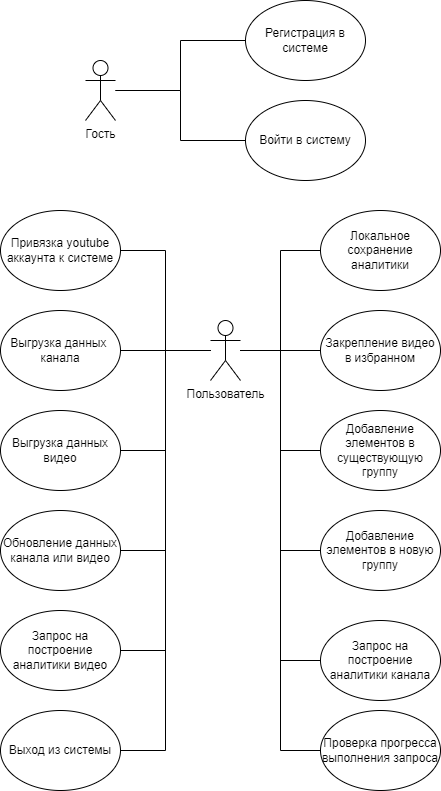
The draw.io diagram docs/images/UseCase.png in Hembos/YoutubeAnalytics, before a commit. Source tidied: cells renumbered, new cells last; positions are measured from the earlier drawing's top-left corner, leaving out a move shared by most shapes.
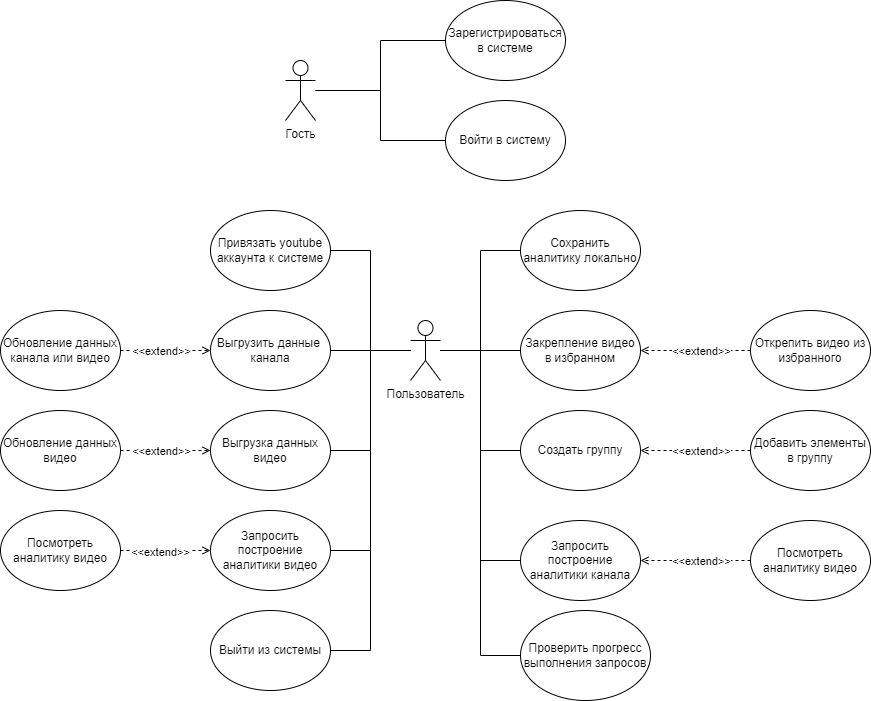
After the change.

What changed in the source:
```diff
@@ -9,7 +9,7 @@
       <mxGeometry relative="1" as="geometry" />
     </mxCell>
     <mxCell id="4" value="Гость&lt;br&gt;" style="shape=umlActor;verticalLabelPosition=bottom;verticalAlign=top;html=1;outlineConnect=0;" parent="1" vertex="1">
-      <mxGeometry x="85" y="60" width="30" height="60" as="geometry" />
+      <mxGeometry x="-645" y="30" width="30" height="60" as="geometry" />
     </mxCell>
     <mxCell id="5" style="edgeStyle=orthogonalEdgeStyle;rounded=0;jettySize=auto;html=1;entryX=1;entryY=0.5;entryDx=0;entryDy=0;endArrow=none;endFill=0;" parent="1" edge="1" source="17" target="25">
       <mxGeometry relative="1" as="geometry" />
@@ -17,9 +17,6 @@
     <mxCell id="6" style="edgeStyle=orthogonalEdgeStyle;rounded=0;jettySize=auto;html=1;endArrow=none;endFill=0;" parent="1" edge="1" source="17" target="26">
       <mxGeometry relative="1" as="geometry" />
     </mxCell>
-    <mxCell id="7" style="edgeStyle=orthogonalEdgeStyle;rounded=0;jettySize=auto;html=1;entryX=1;entryY=0.5;entryDx=0;entryDy=0;endArrow=none;endFill=0;" parent="1" edge="1" source="17" target="19">
-      <mxGeometry relative="1" as="geometry" />
-    </mxCell>
     <mxCell id="8" style="edgeStyle=orthogonalEdgeStyle;rounded=0;jettySize=auto;html=1;entryX=1;entryY=0.5;entryDx=0;entryDy=0;endArrow=none;endFill=0;" parent="1" edge="1" source="17" target="21">
       <mxGeometry relative="1" as="geometry" />
     </mxCell>
@@ -29,9 +26,6 @@
     <mxCell id="10" style="edgeStyle=orthogonalEdgeStyle;rounded=0;jettySize=auto;html=1;entryX=0;entryY=0.5;entryDx=0;entryDy=0;endArrow=none;endFill=0;" parent="1" edge="1" source="17" target="23">
       <mxGeometry relative="1" as="geometry" />
     </mxCell>
-    <mxCell id="11" style="edgeStyle=orthogonalEdgeStyle;rounded=0;jettySize=auto;html=1;entryX=0;entryY=0.5;entryDx=0;entryDy=0;endArrow=none;endFill=0;" parent="1" edge="1" source="17" target="22">
-      <mxGeometry relative="1" as="geometry" />
-    </mxCell>
     <mxCell id="12" style="edgeStyle=orthogonalEdgeStyle;rounded=0;jettySize=auto;html=1;entryX=0;entryY=0.5;entryDx=0;entryDy=0;endArrow=none;endFill=0;" parent="1" edge="1" source="17" target="27">
       <mxGeometry relative="1" as="geometry" />
     </mxCell>
@@ -48,49 +42,107 @@
       <mxGeometry relative="1" as="geometry" />
     </mxCell>
     <mxCell id="17" value="Пользователь" style="shape=umlActor;verticalLabelPosition=bottom;verticalAlign=top;html=1;outlineConnect=0;" parent="1" vertex="1">
-      <mxGeometry x="210" y="320" width="30" height="60" as="geometry" />
+      <mxGeometry x="-520" y="290" width="30" height="60" as="geometry" />
     </mxCell>
-    <mxCell id="18" value="Регистрация в системе" style="ellipse;whiteSpace=wrap;html=1;" parent="1" vertex="1">
-      <mxGeometry x="245" width="120" height="80" as="geometry" />
+    <mxCell id="18" value="Зарегистрироваться в системе" style="ellipse;whiteSpace=wrap;html=1;" parent="1" vertex="1">
+      <mxGeometry x="-485" y="-30" width="120" height="80" as="geometry" />
     </mxCell>
+    <mxCell id="32" style="edgeStyle=orthogonalEdgeStyle;rounded=0;jettySize=auto;html=1;dashed=1;endArrow=open;endFill=0;" parent="1" edge="1" source="19" target="29">
+      <mxGeometry relative="1" as="geometry" />
+    </mxCell>
+    <mxCell id="33" value="&amp;lt;&amp;lt;extend&amp;gt;&amp;gt;" style="edgeLabel;html=1;align=center;verticalAlign=middle;" parent="32" vertex="1">
+      <mxGeometry x="-0.26" y="3" relative="1" as="geometry">
+        <mxPoint x="7" y="3" as="offset" />
+      </mxGeometry>
+    </mxCell>
-    <mxCell id="19" value="Обновление данных канала или видео" style="ellipse;whiteSpace=wrap;html=1;" parent="1" vertex="1">
-      <mxGeometry y="510" width="120" height="80" as="geometry" />
+    <mxCell id="19" value="Обновление данных видео" style="ellipse;whiteSpace=wrap;html=1;" parent="1" vertex="1">
+      <mxGeometry x="-930" y="380" width="120" height="80" as="geometry" />
     </mxCell>
-    <mxCell id="20" value="Локальное сохранение аналитики" style="ellipse;whiteSpace=wrap;html=1;" parent="1" vertex="1">
-      <mxGeometry x="320" y="210" width="120" height="80" as="geometry" />
+    <mxCell id="20" value="Сохранить аналитику локально" style="ellipse;whiteSpace=wrap;html=1;" parent="1" vertex="1">
+      <mxGeometry x="-410" y="180" width="120" height="80" as="geometry" />
     </mxCell>
-    <mxCell id="21" value="Запрос на построение аналитики видео" style="ellipse;whiteSpace=wrap;html=1;" parent="1" vertex="1">
-      <mxGeometry y="610" width="120" height="80" as="geometry" />
+    <mxCell id="21" value="Запросить построение аналитики видео" style="ellipse;whiteSpace=wrap;html=1;" parent="1" vertex="1">
+      <mxGeometry x="-720" y="480" width="120" height="80" as="geometry" />
     </mxCell>
+    <mxCell id="34" style="edgeStyle=orthogonalEdgeStyle;rounded=0;jettySize=auto;html=1;dashed=1;endArrow=open;endFill=0;" parent="1" edge="1" source="22" target="30">
+      <mxGeometry relative="1" as="geometry" />
+    </mxCell>
+    <mxCell id="35" value="&amp;lt;&amp;lt;extend&amp;gt;&amp;gt;" style="edgeLabel;html=1;align=center;verticalAlign=middle;" parent="34" vertex="1">
+      <mxGeometry x="0.26" y="1" relative="1" as="geometry">
+        <mxPoint x="19" y="-1" as="offset" />
+      </mxGeometry>
+    </mxCell>
-    <mxCell id="22" value="Добавление элементов в существующую группу" style="ellipse;whiteSpace=wrap;html=1;" parent="1" vertex="1">
-      <mxGeometry x="320" y="410" width="120" height="80" as="geometry" />
+    <mxCell id="22" value="Добавить элементы в группу" style="ellipse;whiteSpace=wrap;html=1;" parent="1" vertex="1">
+      <mxGeometry x="-180" y="380" width="120" height="80" as="geometry" />
     </mxCell>
     <mxCell id="23" value="Закрепление видео в избранном" style="ellipse;whiteSpace=wrap;html=1;" parent="1" vertex="1">
-      <mxGeometry x="320" y="310" width="120" height="80" as="geometry" />
+      <mxGeometry x="-410" y="280" width="120" height="80" as="geometry" />
     </mxCell>
     <mxCell id="24" value="Войти в систему" style="ellipse;whiteSpace=wrap;html=1;" parent="1" vertex="1">
-      <mxGeometry x="245" y="100" width="120" height="80" as="geometry" />
+      <mxGeometry x="-485" y="70" width="120" height="80" as="geometry" />
     </mxCell>
-    <mxCell id="25" value="Привязка youtube аккаунта к системе" style="ellipse;whiteSpace=wrap;html=1;" parent="1" vertex="1">
-      <mxGeometry y="210" width="120" height="80" as="geometry" />
+    <mxCell id="25" value="Привязать youtube аккаунта к системе" style="ellipse;whiteSpace=wrap;html=1;" parent="1" vertex="1">
+      <mxGeometry x="-720" y="180" width="120" height="80" as="geometry" />
     </mxCell>
-    <mxCell id="26" value="Выгрузка данных&amp;nbsp; канала" style="ellipse;whiteSpace=wrap;html=1;" parent="1" vertex="1">
-      <mxGeometry y="310" width="120" height="80" as="geometry" />
+    <mxCell id="26" value="Выгрузить данные&amp;nbsp; канала" style="ellipse;whiteSpace=wrap;html=1;" parent="1" vertex="1">
+      <mxGeometry x="-720" y="280" width="120" height="80" as="geometry" />
     </mxCell>
-    <mxCell id="27" value="Запрос на построение аналитики канала" style="ellipse;whiteSpace=wrap;html=1;" parent="1" vertex="1">
-      <mxGeometry x="320" y="620" width="120" height="80" as="geometry" />
+    <mxCell id="27" value="Запросить построение аналитики канала" style="ellipse;whiteSpace=wrap;html=1;" parent="1" vertex="1">
+      <mxGeometry x="-410" y="490" width="120" height="80" as="geometry" />
     </mxCell>
-    <mxCell id="28" value="Выход из системы" style="ellipse;whiteSpace=wrap;html=1;" parent="1" vertex="1">
-      <mxGeometry y="710" width="120" height="80" as="geometry" />
+    <mxCell id="28" value="Выйти из системы" style="ellipse;whiteSpace=wrap;html=1;" parent="1" vertex="1">
+      <mxGeometry x="-720" y="580" width="120" height="80" as="geometry" />
     </mxCell>
     <mxCell id="29" value="Выгрузка данных видео" style="ellipse;whiteSpace=wrap;html=1;" parent="1" vertex="1">
-      <mxGeometry y="410" width="120" height="80" as="geometry" />
+      <mxGeometry x="-720" y="380" width="120" height="80" as="geometry" />
     </mxCell>
-    <mxCell id="30" value="Добавление элементов в новую группу" style="ellipse;whiteSpace=wrap;html=1;" parent="1" vertex="1">
-      <mxGeometry x="320" y="510" width="120" height="80" as="geometry" />
+    <mxCell id="30" value="Создать группу" style="ellipse;whiteSpace=wrap;html=1;" parent="1" vertex="1">
+      <mxGeometry x="-410" y="380" width="120" height="80" as="geometry" />
     </mxCell>
-    <mxCell id="31" value="Проверка прогресса выполнения запроса" style="ellipse;whiteSpace=wrap;html=1;" parent="1" vertex="1">
-      <mxGeometry x="320" y="710" width="120" height="80" as="geometry" />
+    <mxCell id="31" value="Проверить прогресс выполнения запросов" style="ellipse;whiteSpace=wrap;html=1;" parent="1" vertex="1">
+      <mxGeometry x="-410" y="580" width="130" height="90" as="geometry" />
     </mxCell>
+    <mxCell id="36" style="edgeStyle=orthogonalEdgeStyle;rounded=0;jettySize=auto;html=1;dashed=1;endArrow=open;endFill=0;" parent="1" edge="1" source="38" target="21">
+      <mxGeometry relative="1" as="geometry" />
+    </mxCell>
+    <mxCell id="37" value="&amp;lt;&amp;lt;extend&amp;gt;&amp;gt;" style="edgeLabel;html=1;align=center;verticalAlign=middle;" parent="36" vertex="1">
+      <mxGeometry x="-0.13" y="-1" relative="1" as="geometry" />
+    </mxCell>
+    <mxCell id="38" value="Посмотреть аналитику видео" style="ellipse;whiteSpace=wrap;html=1;" parent="1" vertex="1">
+      <mxGeometry x="-930" y="480" width="120" height="80" as="geometry" />
+    </mxCell>
+    <mxCell id="39" style="edgeStyle=orthogonalEdgeStyle;rounded=0;jettySize=auto;html=1;dashed=1;endArrow=open;endFill=0;" parent="1" edge="1" source="41" target="26">
+      <mxGeometry relative="1" as="geometry" />
+    </mxCell>
+    <mxCell id="40" value="&amp;lt;&amp;lt;extend&amp;gt;&amp;gt;" style="edgeLabel;html=1;align=center;verticalAlign=middle;" parent="39" vertex="1">
+      <mxGeometry x="-0.23" y="-1" relative="1" as="geometry">
+        <mxPoint x="5" y="-1" as="offset" />
+      </mxGeometry>
+    </mxCell>
+    <mxCell id="41" value="Обновление данных канала или видео" style="ellipse;whiteSpace=wrap;html=1;" parent="1" vertex="1">
+      <mxGeometry x="-930" y="280" width="120" height="80" as="geometry" />
+    </mxCell>
+    <mxCell id="42" style="edgeStyle=orthogonalEdgeStyle;rounded=0;jettySize=auto;html=1;entryX=1;entryY=0.5;entryDx=0;entryDy=0;dashed=1;endArrow=open;endFill=0;" parent="1" edge="1" source="44" target="23">
+      <mxGeometry relative="1" as="geometry" />
+    </mxCell>
+    <mxCell id="43" value="&amp;lt;&amp;lt;extend&amp;gt;&amp;gt;" style="edgeLabel;html=1;align=center;verticalAlign=middle;" parent="42" vertex="1">
+      <mxGeometry x="0.09" y="1" relative="1" as="geometry">
+        <mxPoint x="10" y="-1" as="offset" />
+      </mxGeometry>
+    </mxCell>
+    <mxCell id="44" value="Открепить видео из избранного" style="ellipse;whiteSpace=wrap;html=1;" parent="1" vertex="1">
+      <mxGeometry x="-180" y="280" width="120" height="80" as="geometry" />
+    </mxCell>
+    <mxCell id="45" style="edgeStyle=orthogonalEdgeStyle;rounded=0;jettySize=auto;html=1;dashed=1;endArrow=open;endFill=0;" parent="1" edge="1" source="47" target="27">
+      <mxGeometry relative="1" as="geometry" />
+    </mxCell>
+    <mxCell id="46" value="&amp;lt;&amp;lt;extend&amp;gt;&amp;gt;" style="edgeLabel;html=1;align=center;verticalAlign=middle;" parent="45" vertex="1">
+      <mxGeometry x="0.09" y="2" relative="1" as="geometry">
+        <mxPoint x="10" y="-2" as="offset" />
+      </mxGeometry>
+    </mxCell>
+    <mxCell id="47" value="Посмотреть аналитику видео" style="ellipse;whiteSpace=wrap;html=1;" parent="1" vertex="1">
+      <mxGeometry x="-180" y="490" width="120" height="80" as="geometry" />
+    </mxCell>
   </root>
 </mxGraphModel>
```
